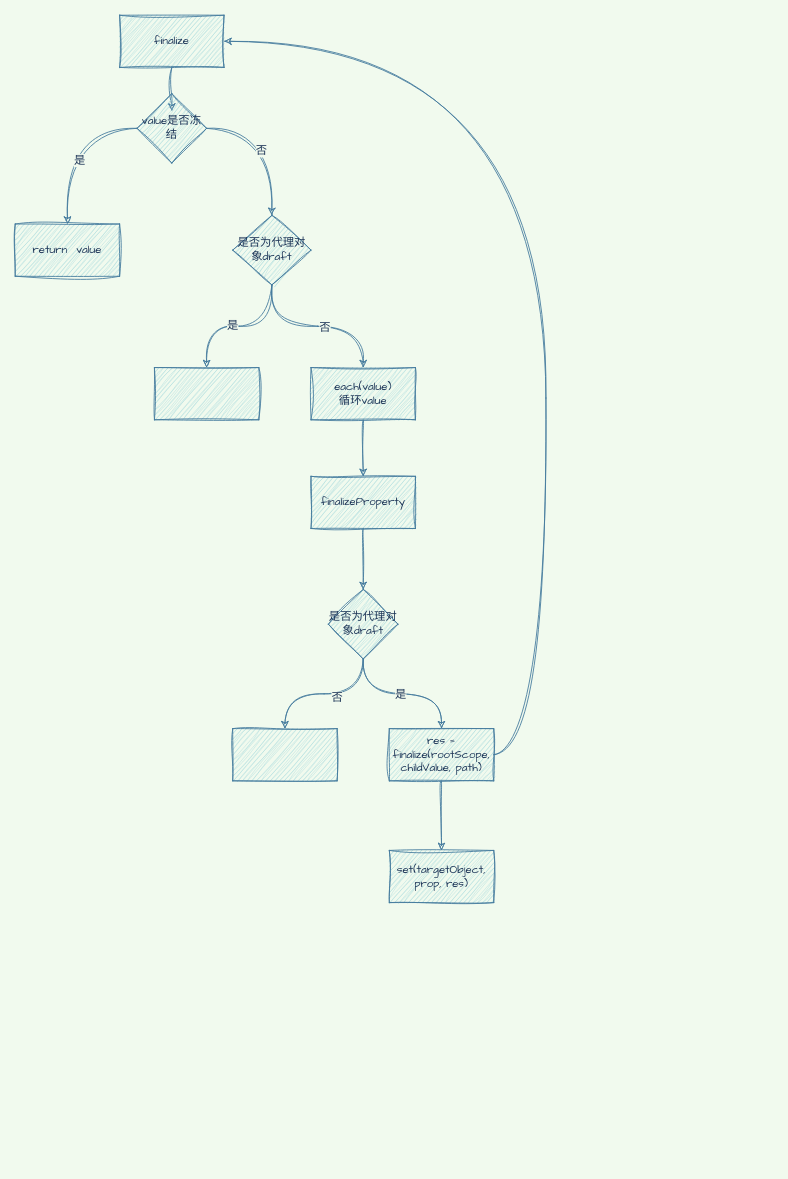
Above: Immer.drawio in YMBo/DRAWIO (draw.io), before the change. Source tidied: cells renumbered, new cells numbered last; positions are measured from the earlier drawing's top-left corner, leaving out a move shared by most shapes. Both pictures are drawn from the tidied source at 87%, with x=0, y=0 at pixel (15, 15).
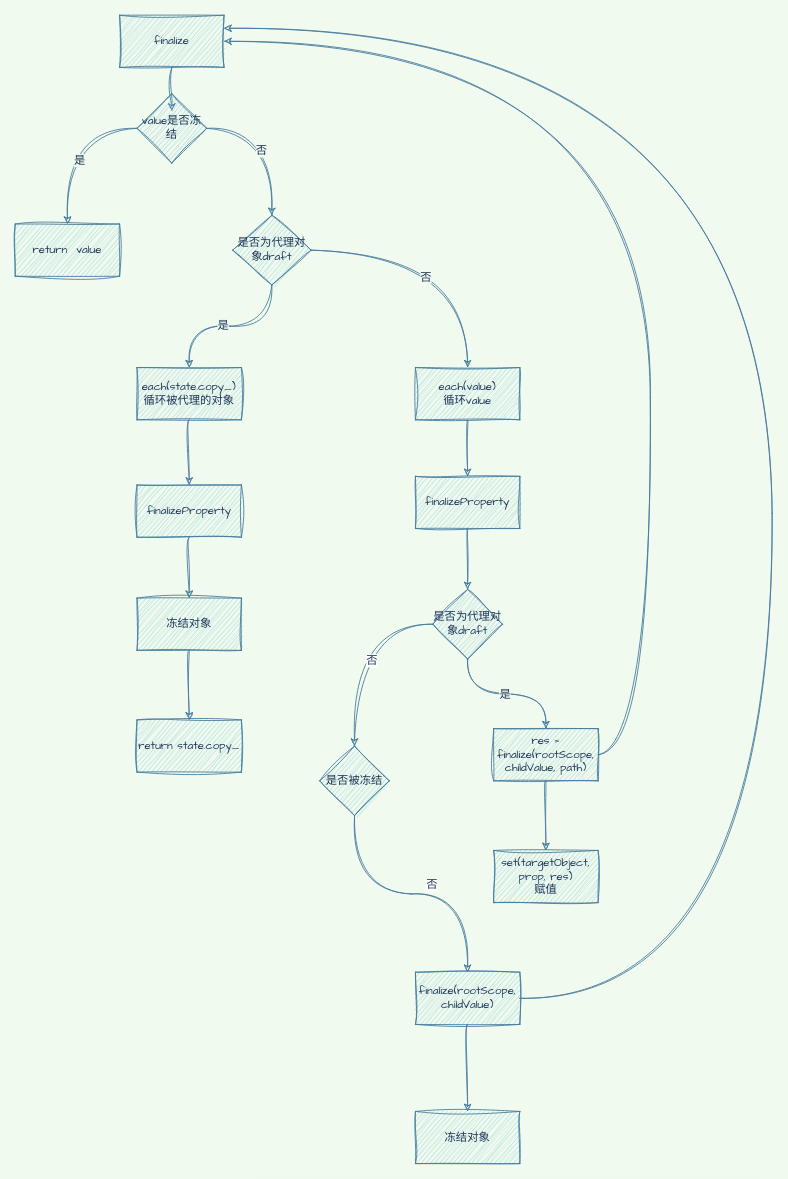
After the change.

The change refers to these unchanged cells:
```xml
<mxCell id="3" value="finalize" style="rounded=0;whiteSpace=wrap;html=1;hachureGap=4;jiggle=2;fontFamily=Architects Daughter;fontSize=13;sketch=1;fillColor=#A8DADC;strokeColor=#457B9D;fontColor=#1D3557;" parent="1" vertex="1">
  <mxGeometry x="120" width="120" height="60" as="geometry" />
</mxCell>
<mxCell id="10" style="edgeStyle=orthogonalEdgeStyle;rounded=0;sketch=1;hachureGap=4;jiggle=2;jettySize=auto;html=1;strokeColor=#457B9D;fontFamily=Architects Daughter;fontSize=13;fontColor=#1D3557;fillColor=#A8DADC;labelBackgroundColor=#F1FAEE;curved=1;" parent="1" edge="1" source="14" target="16">
  <mxGeometry relative="1" as="geometry" />
</mxCell>
```

What changed in the source:
```diff
@@
     <mxCell id="11" value="否" style="edgeLabel;html=1;align=center;verticalAlign=middle;fontSize=13;labelBackgroundColor=#F1FAEE;fontColor=#1D3557;sketch=1;" parent="10" vertex="1">
       <mxGeometry x="0.07" y="-1" relative="1" as="geometry">
-        <mxPoint x="1" as="offset" />
+        <mxPoint x="-38" y="29" as="offset" />
       </mxGeometry>
     </mxCell>
@@
     <mxCell id="16" value="each(value)&lt;br style=&quot;font-size: 13px;&quot;&gt;循环value" style="whiteSpace=wrap;html=1;fontSize=13;fontFamily=Architects Daughter;fillColor=#A8DADC;strokeColor=#457B9D;fontColor=#1D3557;sketch=1;hachureGap=4;jiggle=2;" parent="1" vertex="1">
-      <mxGeometry x="340" y="405" width="120" height="60" as="geometry" />
+      <mxGeometry x="460" y="405" width="120" height="60" as="geometry" />
     </mxCell>
+    <mxCell id="30" style="edgeStyle=orthogonalEdgeStyle;curved=1;rounded=0;sketch=1;hachureGap=4;jiggle=2;jettySize=auto;html=1;strokeColor=#457B9D;fontFamily=Architects Daughter;fontSize=13;fontColor=#1D3557;fillColor=#A8DADC;" parent="1" edge="1" source="17" target="41">
+      <mxGeometry relative="1" as="geometry" />
+    </mxCell>
-    <mxCell id="17" style="whiteSpace=wrap;html=1;fontSize=13;fontFamily=Architects Daughter;fillColor=#A8DADC;strokeColor=#457B9D;fontColor=#1D3557;sketch=1;hachureGap=4;jiggle=2;" parent="1" vertex="1">
-      <mxGeometry x="160" y="405" width="120" height="60" as="geometry" />
+    <mxCell id="17" value="each(state.copy_)&lt;br&gt;循环被代理的对象" style="whiteSpace=wrap;html=1;fontSize=13;fontFamily=Architects Daughter;fillColor=#A8DADC;strokeColor=#457B9D;fontColor=#1D3557;sketch=1;hachureGap=4;jiggle=2;" parent="1" vertex="1">
+      <mxGeometry x="140" y="405" width="120" height="60" as="geometry" />
     </mxCell>
@@
     <mxCell id="19" value="finalizeProperty" style="whiteSpace=wrap;html=1;fontSize=13;fontFamily=Architects Daughter;sketch=1;hachureGap=4;jiggle=2;fillColor=#A8DADC;strokeColor=#457B9D;fontColor=#1D3557;" parent="1" vertex="1">
-      <mxGeometry x="340" y="530" width="120" height="60" as="geometry" />
+      <mxGeometry x="460" y="530" width="120" height="60" as="geometry" />
     </mxCell>
-    <mxCell id="20" style="edgeStyle=orthogonalEdgeStyle;rounded=0;jettySize=auto;html=1;strokeColor=#457B9D;fontColor=#1D3557;fillColor=#A8DADC;sketch=1;curved=1;labelBackgroundColor=#F1FAEE;fontSize=13;" parent="1" edge="1" source="24" target="27">
+    <mxCell id="20" style="edgeStyle=orthogonalEdgeStyle;rounded=0;jettySize=auto;html=1;strokeColor=#457B9D;fontColor=#1D3557;fillColor=#A8DADC;sketch=1;labelBackgroundColor=#F1FAEE;fontSize=13;curved=1;" parent="1" edge="1" source="24" target="27">
       <mxGeometry relative="1" as="geometry" />
     </mxCell>
@@
-    <mxCell id="22" style="edgeStyle=orthogonalEdgeStyle;rounded=0;jettySize=auto;html=1;strokeColor=#457B9D;fontColor=#1D3557;fillColor=#A8DADC;sketch=1;curved=1;labelBackgroundColor=#F1FAEE;fontSize=13;" parent="1" edge="1" source="24" target="28">
-      <mxGeometry relative="1" as="geometry" />
-    </mxCell>
-    <mxCell id="23" value="否" style="edgeLabel;html=1;align=center;verticalAlign=middle;fontSize=13;fontFamily=Architects Daughter;labelBackgroundColor=#F1FAEE;fontColor=#1D3557;" parent="22" vertex="1">
-      <mxGeometry x="-0.17" y="3" relative="1" as="geometry">
-        <mxPoint y="1" as="offset" />
-      </mxGeometry>
-    </mxCell>
+    <mxCell id="31" style="edgeStyle=orthogonalEdgeStyle;curved=1;rounded=0;sketch=1;hachureGap=4;jiggle=2;jettySize=auto;html=1;entryX=0.5;entryY=0;entryDx=0;entryDy=0;strokeColor=#457B9D;fontFamily=Architects Daughter;fontSize=13;fontColor=#1D3557;fillColor=#A8DADC;" parent="1" edge="1" source="24" target="35">
+      <mxGeometry relative="1" as="geometry" />
+    </mxCell>
+    <mxCell id="32" value="否" style="edgeLabel;html=1;align=center;verticalAlign=middle;fontSize=13;fontFamily=Architects Daughter;fontColor=#1D3557;" parent="31" vertex="1">
+      <mxGeometry x="0.15" y="19" relative="1" as="geometry">
+        <mxPoint y="-1" as="offset" />
+      </mxGeometry>
+    </mxCell>
     <mxCell id="24" value="&lt;span style=&quot;color: rgb(29, 53, 87); font-size: 13px;&quot;&gt;是否为代理对象draft&lt;/span&gt;" style="rhombus;whiteSpace=wrap;html=1;fontSize=13;fontFamily=Architects Daughter;sketch=1;hachureGap=4;jiggle=2;fillColor=#A8DADC;strokeColor=#457B9D;fontColor=#1D3557;" parent="1" vertex="1">
-      <mxGeometry x="360" y="660" width="80" height="80" as="geometry" />
+      <mxGeometry x="480" y="660" width="80" height="80" as="geometry" />
     </mxCell>
-    <mxCell id="25" style="edgeStyle=orthogonalEdgeStyle;curved=1;rounded=0;sketch=1;hachureGap=4;jiggle=2;jettySize=auto;html=1;entryX=1;entryY=0.5;entryDx=0;entryDy=0;fontFamily=Architects Daughter;fontSize=13;labelBackgroundColor=#F1FAEE;strokeColor=#457B9D;fontColor=#1D3557;" parent="1" edge="1" source="27" target="3">
+    <mxCell id="25" style="edgeStyle=orthogonalEdgeStyle;rounded=0;sketch=1;hachureGap=4;jiggle=2;jettySize=auto;html=1;entryX=1;entryY=0.5;entryDx=0;entryDy=0;fontFamily=Architects Daughter;fontSize=13;labelBackgroundColor=#F1FAEE;strokeColor=#457B9D;fontColor=#1D3557;curved=1;" parent="1" edge="1" source="27" target="3">
       <mxGeometry relative="1" as="geometry">
         <Array as="points">
-          <mxPoint x="610" y="850" />
-          <mxPoint x="610" y="30" />
+          <mxPoint x="730" y="850" />
+          <mxPoint x="730" y="30" />
         </Array>
       </mxGeometry>
     </mxCell>
-    <mxCell id="26" style="edgeStyle=orthogonalEdgeStyle;curved=1;rounded=0;sketch=1;hachureGap=4;jiggle=2;jettySize=auto;html=1;fontFamily=Architects Daughter;fontSize=13;labelBackgroundColor=#F1FAEE;strokeColor=#457B9D;fontColor=#1D3557;" parent="1" edge="1" source="27" target="29">
+    <mxCell id="26" style="edgeStyle=orthogonalEdgeStyle;rounded=0;sketch=1;hachureGap=4;jiggle=2;jettySize=auto;html=1;fontFamily=Architects Daughter;fontSize=13;labelBackgroundColor=#F1FAEE;strokeColor=#457B9D;fontColor=#1D3557;curved=1;" parent="1" edge="1" source="27" target="29">
       <mxGeometry relative="1" as="geometry" />
     </mxCell>
     <mxCell id="27" value="res = finalize(rootScope, childValue, path)" style="whiteSpace=wrap;html=1;fontFamily=Architects Daughter;fillColor=#A8DADC;strokeColor=#457B9D;fontColor=#1D3557;sketch=1;hachureGap=4;jiggle=2;fontSize=13;" parent="1" vertex="1">
-      <mxGeometry x="430" y="820" width="120" height="60" as="geometry" />
+      <mxGeometry x="550" y="820" width="120" height="60" as="geometry" />
     </mxCell>
-    <mxCell id="28" style="whiteSpace=wrap;html=1;fontFamily=Architects Daughter;fillColor=#A8DADC;strokeColor=#457B9D;fontColor=#1D3557;sketch=1;hachureGap=4;jiggle=2;fontSize=13;" parent="1" vertex="1">
-      <mxGeometry x="250" y="820" width="120" height="60" as="geometry" />
-    </mxCell>
-    <mxCell id="29" value="set(targetObject, prop, res)" style="whiteSpace=wrap;html=1;fontFamily=Architects Daughter;fillColor=#A8DADC;strokeColor=#457B9D;fontColor=#1D3557;sketch=1;hachureGap=4;jiggle=2;fontSize=13;" parent="1" vertex="1">
-      <mxGeometry x="430" y="960" width="120" height="60" as="geometry" />
+    <mxCell id="29" value="set(targetObject, prop, res)&lt;br&gt;赋值" style="whiteSpace=wrap;html=1;fontFamily=Architects Daughter;fillColor=#A8DADC;strokeColor=#457B9D;fontColor=#1D3557;sketch=1;hachureGap=4;jiggle=2;fontSize=13;" parent="1" vertex="1">
+      <mxGeometry x="550" y="960" width="120" height="60" as="geometry" />
     </mxCell>
+    <mxCell id="33" style="edgeStyle=orthogonalEdgeStyle;curved=1;rounded=0;sketch=1;hachureGap=4;jiggle=2;jettySize=auto;html=1;strokeColor=#457B9D;fontFamily=Architects Daughter;fontSize=13;fontColor=#1D3557;fillColor=#A8DADC;exitX=0.5;exitY=1;exitDx=0;exitDy=0;" parent="1" edge="1" source="35" target="39">
+      <mxGeometry relative="1" as="geometry" />
+    </mxCell>
+    <mxCell id="34" value="否" style="edgeLabel;html=1;align=center;verticalAlign=middle;fontSize=13;fontFamily=Architects Daughter;fontColor=#1D3557;" parent="33" vertex="1">
+      <mxGeometry x="0.15" y="10" relative="1" as="geometry">
+        <mxPoint y="-1" as="offset" />
+      </mxGeometry>
+    </mxCell>
+    <mxCell id="35" value="是否被冻结" style="rhombus;whiteSpace=wrap;html=1;sketch=1;hachureGap=4;jiggle=2;strokeColor=#457B9D;fontFamily=Architects Daughter;fontSize=13;fontColor=#1D3557;fillColor=#A8DADC;" parent="1" vertex="1">
+      <mxGeometry x="350" y="840" width="80" height="80" as="geometry" />
+    </mxCell>
+    <mxCell id="36" value="冻结对象" style="whiteSpace=wrap;html=1;fontSize=13;fontFamily=Architects Daughter;fillColor=#A8DADC;strokeColor=#457B9D;fontColor=#1D3557;sketch=1;hachureGap=4;jiggle=2;" parent="1" vertex="1">
+      <mxGeometry x="460" y="1260" width="120" height="60" as="geometry" />
+    </mxCell>
+    <mxCell id="37" style="edgeStyle=orthogonalEdgeStyle;curved=1;rounded=0;sketch=1;hachureGap=4;jiggle=2;jettySize=auto;html=1;strokeColor=#457B9D;fontFamily=Architects Daughter;fontSize=13;fontColor=#1D3557;fillColor=#A8DADC;entryX=1;entryY=0.25;entryDx=0;entryDy=0;" parent="1" edge="1" source="39" target="3">
+      <mxGeometry relative="1" as="geometry">
+        <Array as="points">
+          <mxPoint x="870" y="1130" />
+          <mxPoint x="870" y="15" />
+        </Array>
+      </mxGeometry>
+    </mxCell>
+    <mxCell id="38" style="edgeStyle=orthogonalEdgeStyle;curved=1;rounded=0;sketch=1;hachureGap=4;jiggle=2;jettySize=auto;html=1;entryX=0.5;entryY=0;entryDx=0;entryDy=0;strokeColor=#457B9D;fontFamily=Architects Daughter;fontSize=13;fontColor=#1D3557;fillColor=#A8DADC;" parent="1" edge="1" source="39" target="36">
+      <mxGeometry relative="1" as="geometry" />
+    </mxCell>
+    <mxCell id="39" value="finalize(rootScope, childValue)" style="whiteSpace=wrap;html=1;fontSize=13;fontFamily=Architects Daughter;fillColor=#A8DADC;strokeColor=#457B9D;fontColor=#1D3557;sketch=1;hachureGap=4;jiggle=2;" parent="1" vertex="1">
+      <mxGeometry x="460" y="1100" width="120" height="60" as="geometry" />
+    </mxCell>
+    <mxCell id="40" style="edgeStyle=orthogonalEdgeStyle;curved=1;rounded=0;sketch=1;hachureGap=4;jiggle=2;jettySize=auto;html=1;strokeColor=#457B9D;fontFamily=Architects Daughter;fontSize=13;fontColor=#1D3557;fillColor=#A8DADC;" parent="1" edge="1" source="41" target="43">
+      <mxGeometry relative="1" as="geometry" />
+    </mxCell>
+    <mxCell id="41" value="finalizeProperty" style="whiteSpace=wrap;html=1;fontSize=13;fontFamily=Architects Daughter;sketch=1;hachureGap=4;jiggle=2;fillColor=#A8DADC;strokeColor=#457B9D;fontColor=#1D3557;" parent="1" vertex="1">
+      <mxGeometry x="140" y="540" width="120" height="60" as="geometry" />
+    </mxCell>
+    <mxCell id="42" style="edgeStyle=orthogonalEdgeStyle;curved=1;rounded=0;sketch=1;hachureGap=4;jiggle=2;jettySize=auto;html=1;strokeColor=#457B9D;fontFamily=Architects Daughter;fontSize=13;fontColor=#1D3557;fillColor=#A8DADC;" parent="1" edge="1" source="43" target="44">
+      <mxGeometry relative="1" as="geometry" />
+    </mxCell>
+    <mxCell id="43" value="冻结对象" style="whiteSpace=wrap;html=1;fontSize=13;fontFamily=Architects Daughter;fillColor=#A8DADC;strokeColor=#457B9D;fontColor=#1D3557;sketch=1;hachureGap=4;jiggle=2;" parent="1" vertex="1">
+      <mxGeometry x="140" y="670" width="120" height="60" as="geometry" />
+    </mxCell>
+    <mxCell id="44" value="return state.copy_" style="whiteSpace=wrap;html=1;fontSize=13;fontFamily=Architects Daughter;fillColor=#A8DADC;strokeColor=#457B9D;fontColor=#1D3557;sketch=1;hachureGap=4;jiggle=2;" parent="1" vertex="1">
+      <mxGeometry x="140" y="810" width="120" height="60" as="geometry" />
+    </mxCell>
```
